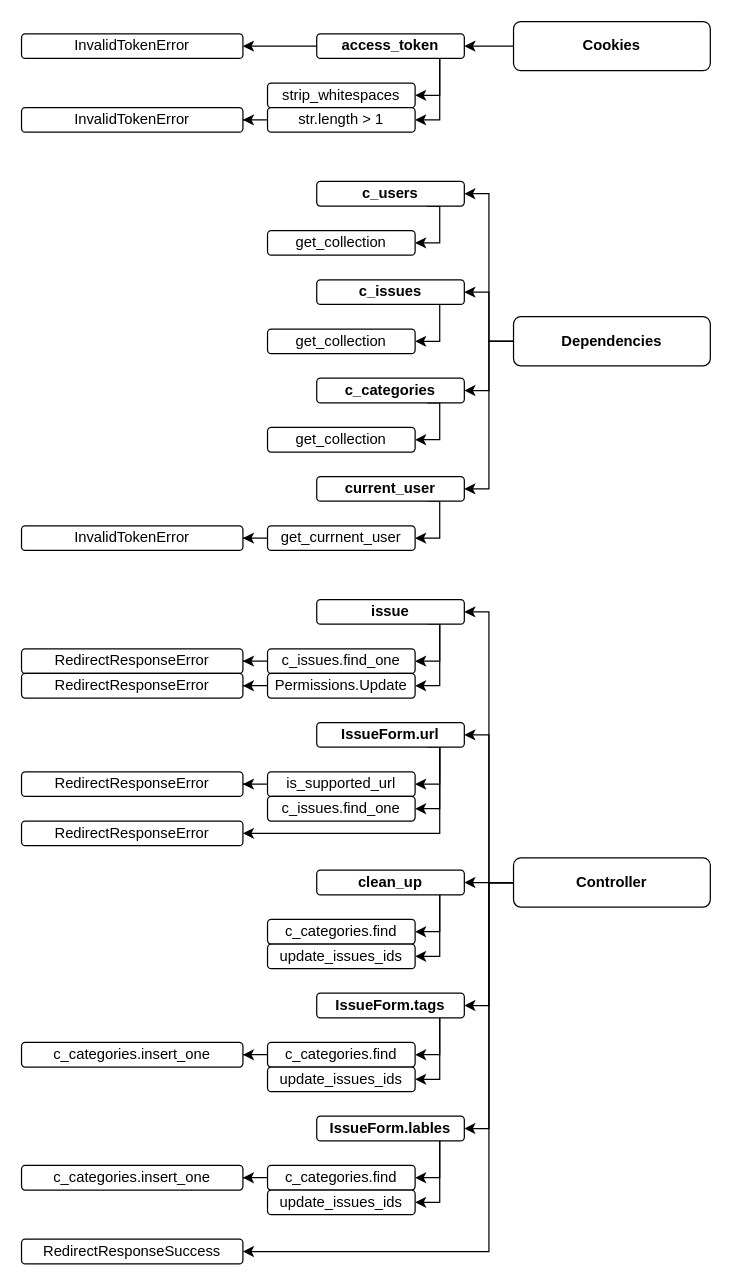
Earlier version of the draw.io diagram page "Controller" (4 of 4) of contributors/issues/update/post/Diagram.drawio (ames0k0/Ticket). Source tidied: cells renumbered, new cells numbered last; positions are measured from the earlier drawing's top-left corner, leaving out a move shared by most shapes. Both pictures are drawn from the tidied source at 123%, with x=0, y=0 at pixel (21, 21).
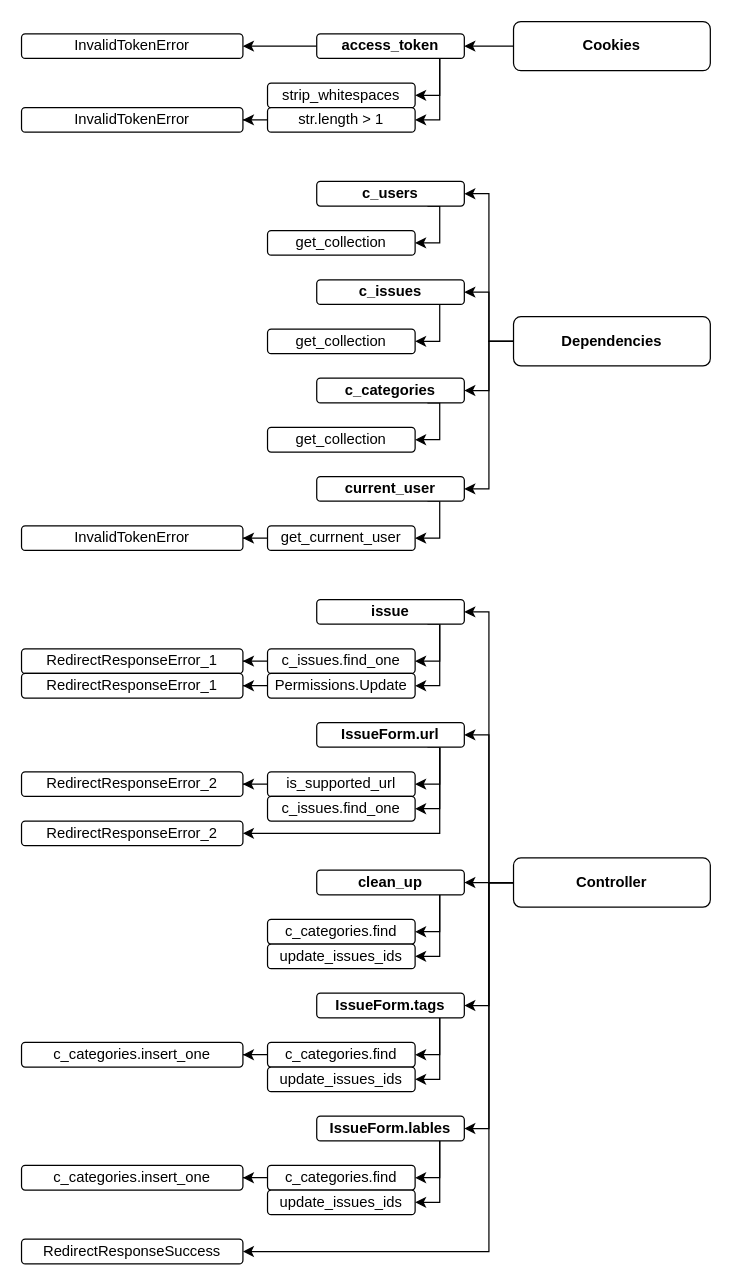
After the change.

Diff of the diagram source:
```diff
@@
-    <mxCell id="44" value="RedirectResponseError" style="rounded=1;whiteSpace=wrap;html=1;" parent="1" vertex="1">
+    <mxCell id="44" value="RedirectResponseError_1" style="rounded=1;whiteSpace=wrap;html=1;" parent="1" vertex="1">
       <mxGeometry y="510" width="180" height="20" as="geometry" />
     </mxCell>
@@
-    <mxCell id="47" value="RedirectResponseError" style="rounded=1;whiteSpace=wrap;html=1;" parent="1" vertex="1">
+    <mxCell id="47" value="RedirectResponseError_1" style="rounded=1;whiteSpace=wrap;html=1;" parent="1" vertex="1">
       <mxGeometry y="530" width="180" height="20" as="geometry" />
     </mxCell>
@@
-    <mxCell id="54" value="RedirectResponseError" style="rounded=1;whiteSpace=wrap;html=1;" parent="1" vertex="1">
+    <mxCell id="54" value="RedirectResponseError_2" style="rounded=1;whiteSpace=wrap;html=1;" parent="1" vertex="1">
       <mxGeometry y="610" width="180" height="20" as="geometry" />
     </mxCell>
@@
-    <mxCell id="56" value="RedirectResponseError" style="rounded=1;whiteSpace=wrap;html=1;" parent="1" vertex="1">
+    <mxCell id="56" value="RedirectResponseError_2" style="rounded=1;whiteSpace=wrap;html=1;" parent="1" vertex="1">
       <mxGeometry y="650" width="180" height="20" as="geometry" />
     </mxCell>
```
